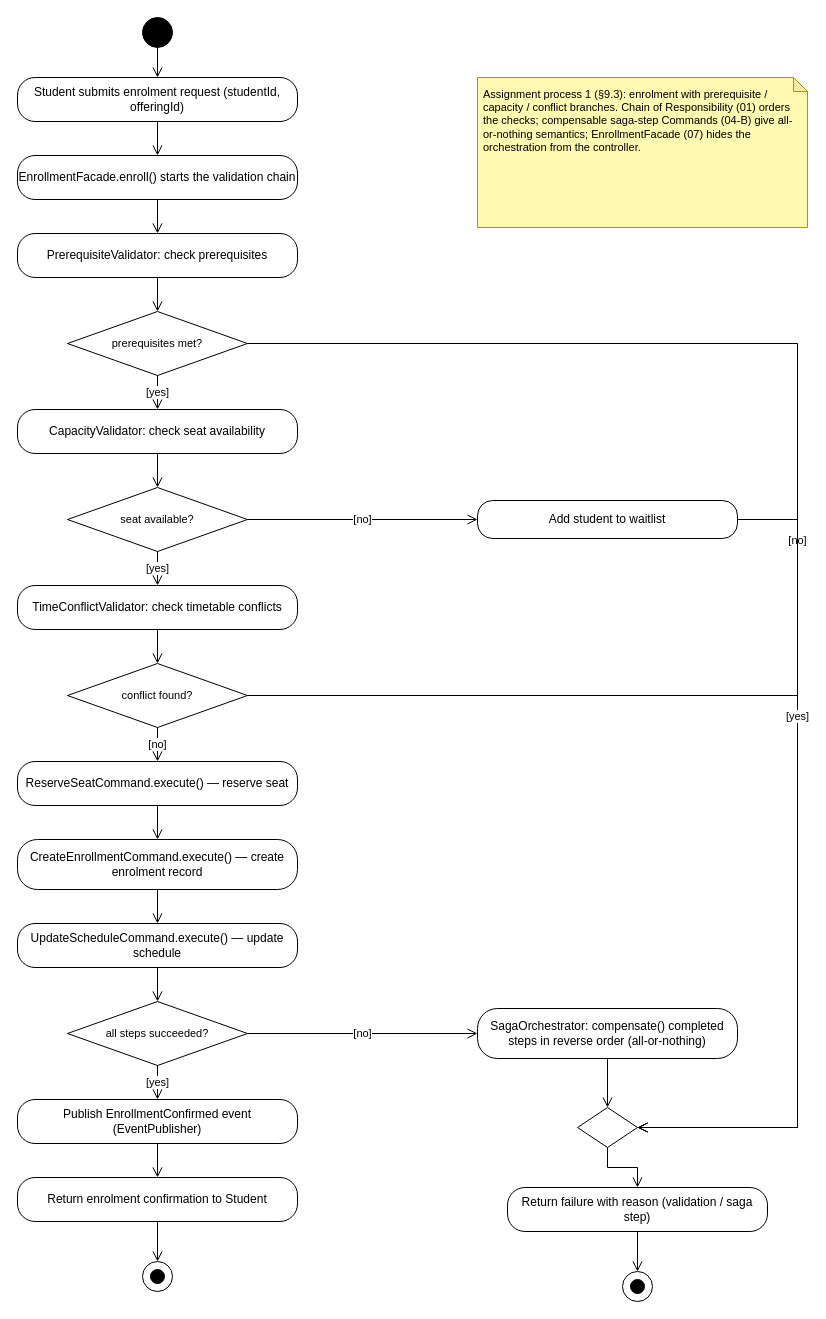
The draw.io diagram Diagrams/Activity_diagrams/act-3-enrollment.drawio in Tharusha-dev/soft_architect_redda, before the edit. Source tidied: cells renumbered, new cells numbered last; positions are measured from the earlier drawing's top-left corner, leaving out a move shared by most shapes. Both pictures are drawn from the tidied source at 100%, with x=0, y=0 at pixel (17, 17).
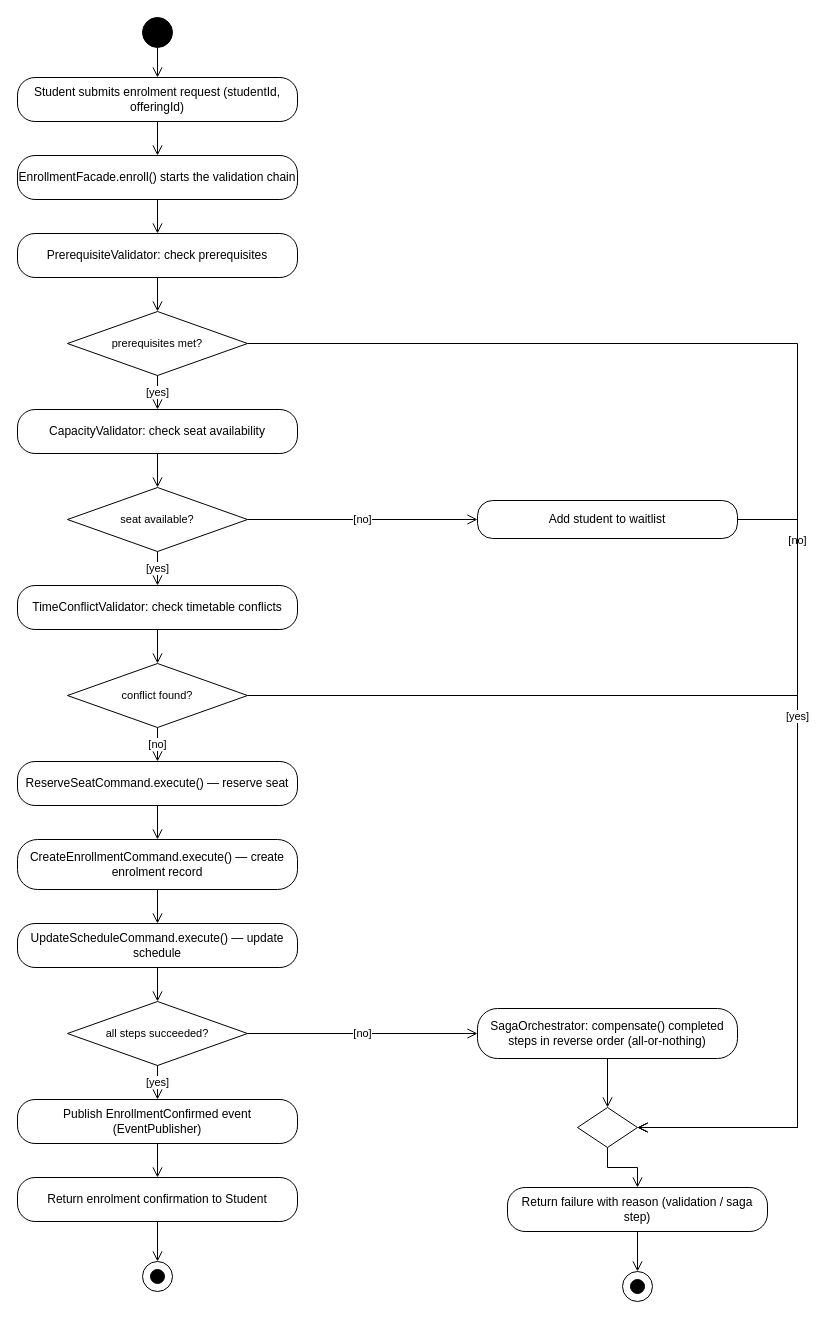
After the change.

Change to the diagram source:
```diff
@@
-    <mxCell id="25" value="Assignment process 1 (§9.3): enrolment with prerequisite / capacity / conflict branches. Chain of Responsibility (01) orders the checks; compensable saga-step Commands (04-B) give all-or-nothing semantics; EnrollmentFacade (07) hides the orchestration from the controller." style="shape=note;whiteSpace=wrap;html=1;backgroundOutline=1;darkOpacity=0.05;fillColor=#FFF9B2;strokeColor=#B09500;size=14;align=left;verticalAlign=top;spacing=6;fontSize=11;" parent="1" vertex="1">
-      <mxGeometry x="460" y="60" width="330" height="150" as="geometry" />
-    </mxCell>
```
